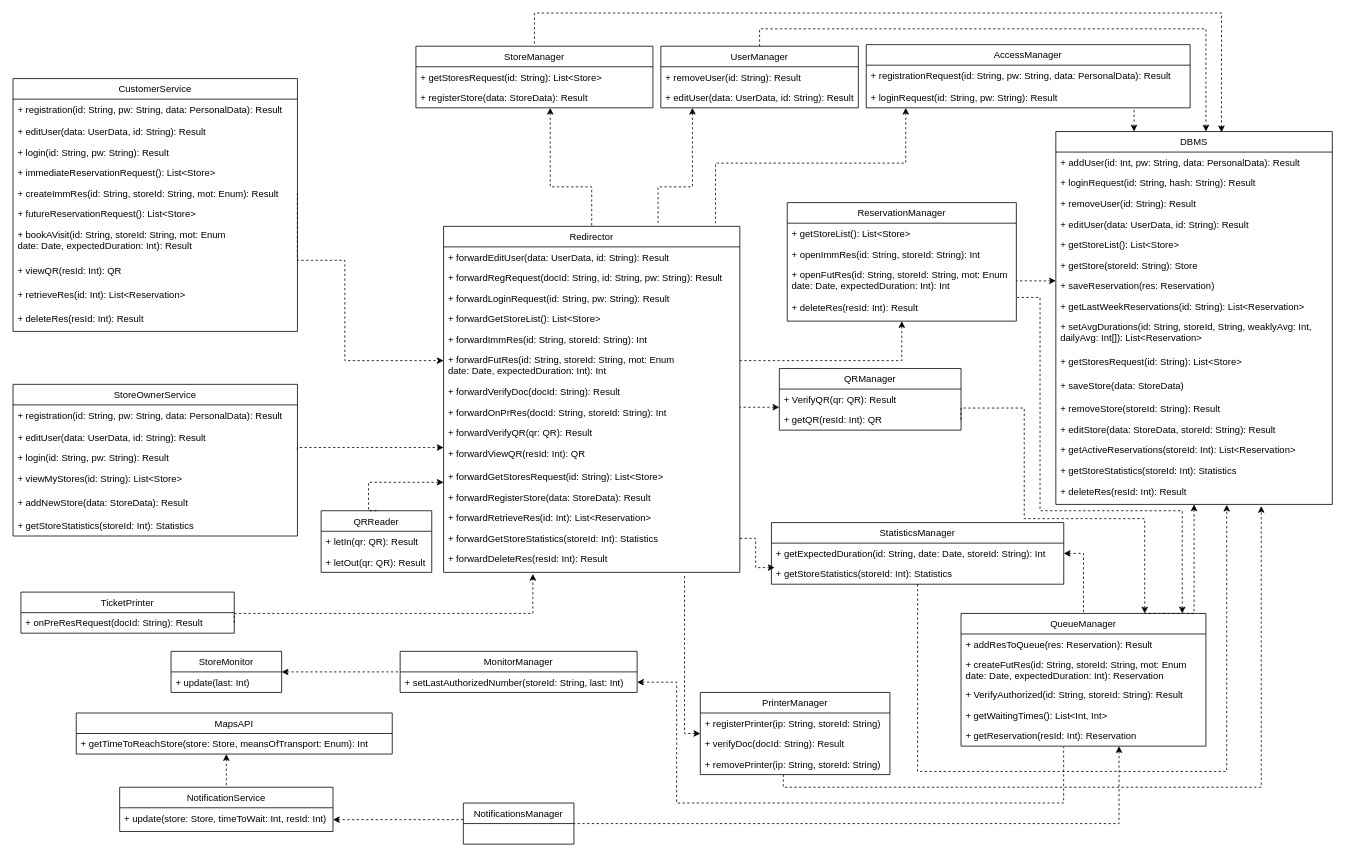
The draw.io diagram DD/Images/ComponentInterfaces.drawio in StefanoAzzone/AbelliAzzone, before the edit. Source tidied: cells renumbered, new cells numbered last; positions are measured from the earlier drawing's top-left corner, leaving out a move shared by most shapes. Both pictures are drawn from the tidied source at 79%, with x=0, y=0 at pixel (13, 13).
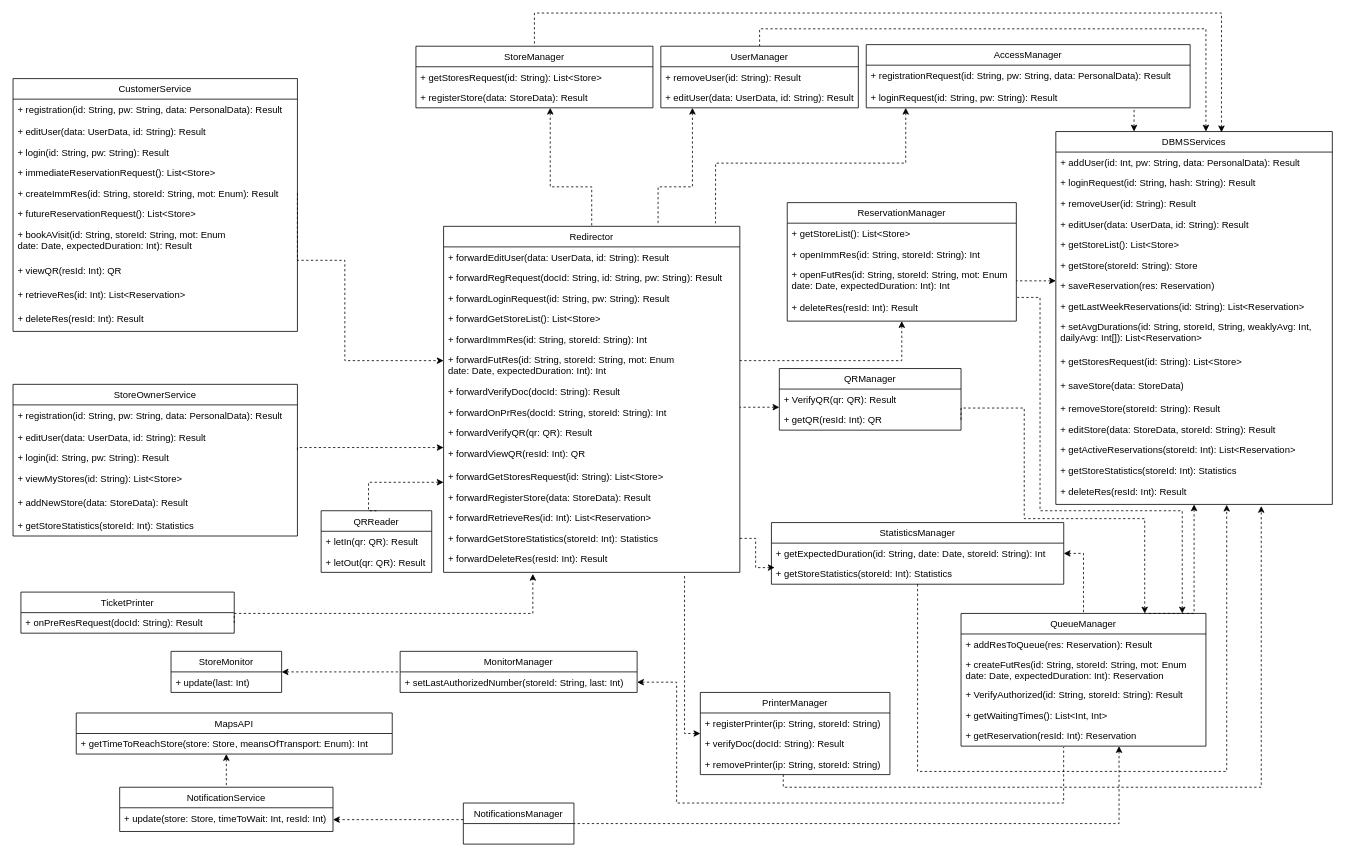
After the change.

Diff of the diagram source:
```diff
@@
-    <mxCell id="65" value="DBMS" style="swimlane;fontStyle=0;horizontal=1;startSize=26;fillColor=none;" parent="1" vertex="1">
+    <mxCell id="65" value="DBMSServices" style="swimlane;fontStyle=0;horizontal=1;startSize=26;fillColor=none;" parent="1" vertex="1">
       <mxGeometry x="1320" y="150" width="350" height="472" as="geometry" />
     </mxCell>
```
